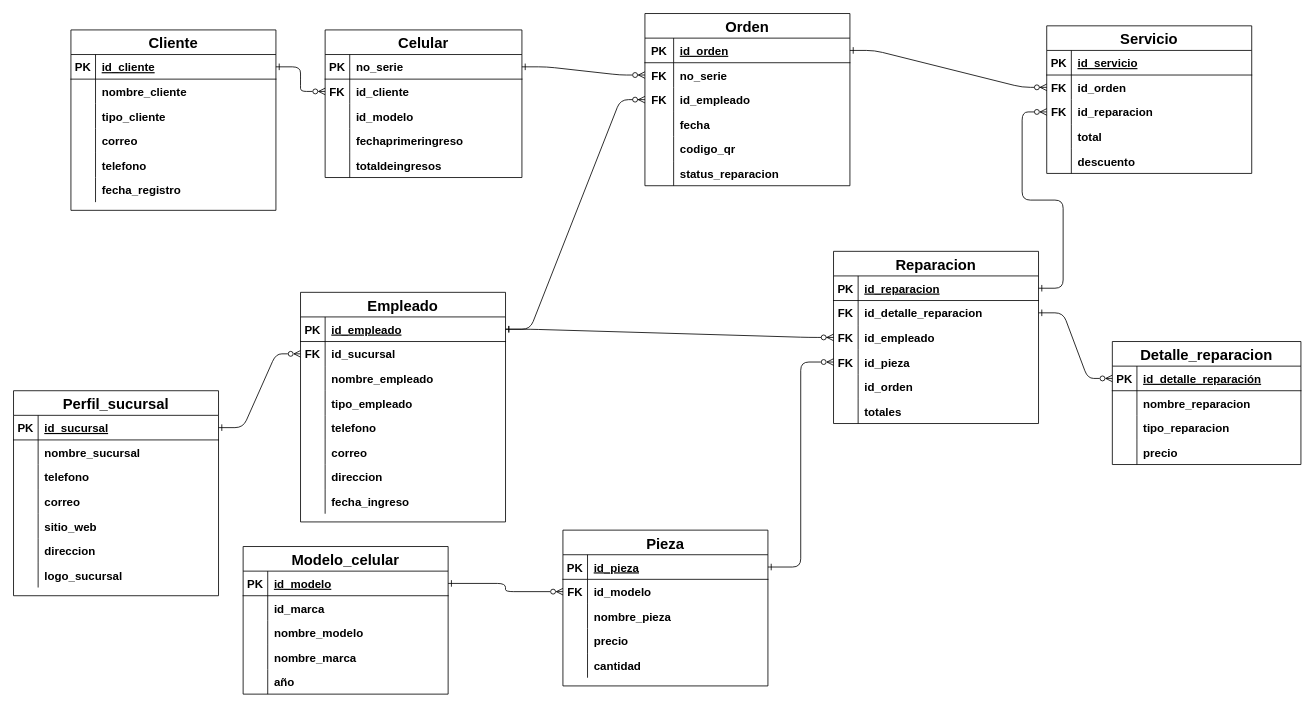
Earlier version of the draw.io diagram Borrador2Reparaciones.drawio (ViridianaSolis11/Base-de-datos-). Source tidied: cells renumbered, new cells numbered last; positions are measured from the earlier drawing's top-left corner, leaving out a move shared by most shapes. Both pictures are drawn from the tidied source at 82%, with x=0, y=0 at pixel (13, 13).
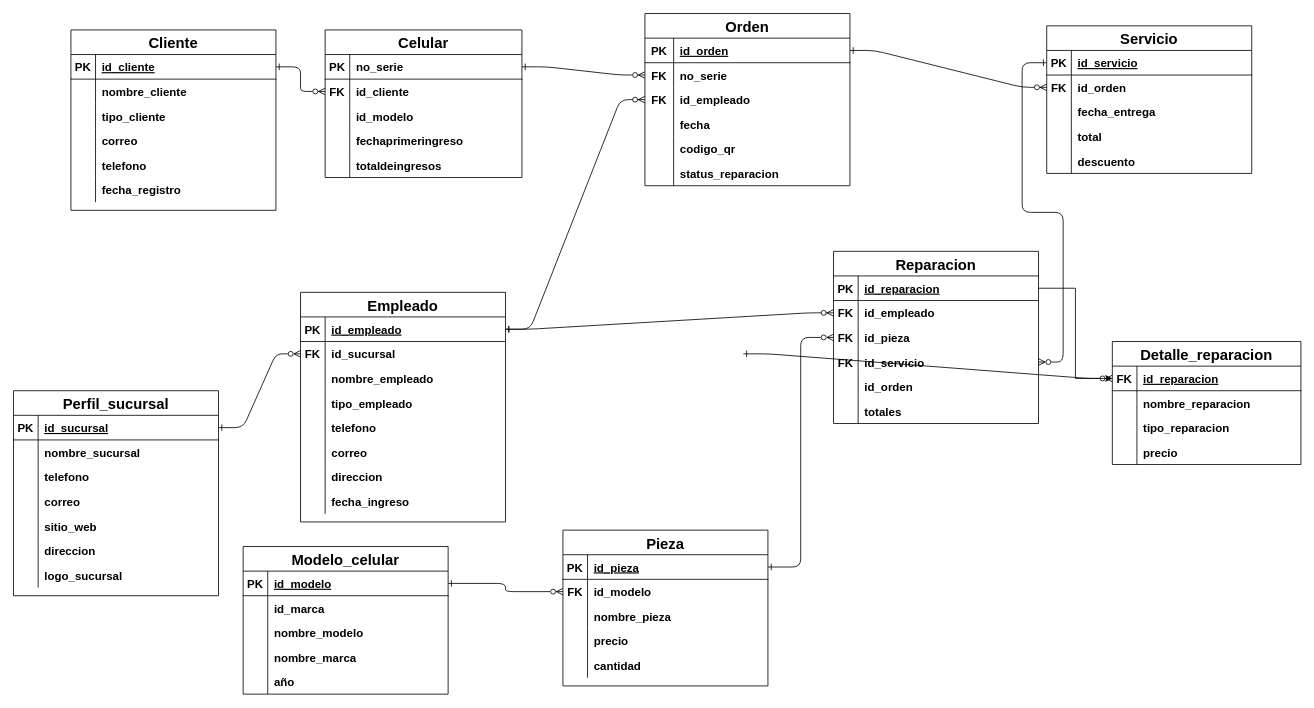
Above is the later version.

The change refers to these unchanged cells:
```xml
<mxCell id="63" value="Reparacion" style="shape=table;startSize=30;childLayout=tableLayout;rowLines=0;fontStyle=1;align=center;fontSize=18;" parent="1" vertex="1">
  <mxGeometry x="1000" y="290" width="250" height="210" as="geometry" />
</mxCell>
<mxCell id="64" style="shape=tableRow;horizontal=0;startSize=0;swimlaneHead=0;swimlaneBody=0;fillColor=none;points=[[0,0.5],[1,0.5]];portConstraint=eastwest;top=0;left=0;right=0;bottom=1;" parent="63" vertex="1">
  <mxGeometry y="30" width="250" height="30" as="geometry" />
</mxCell>
<mxCell id="140" style="shape=tableRow;horizontal=0;startSize=0;swimlaneHead=0;swimlaneBody=0;fillColor=none;points=[[0,0.5],[1,0.5]];portConstraint=eastwest;top=0;left=0;right=0;bottom=1;" parent="139" vertex="1">
  <mxGeometry y="30" width="250" height="30" as="geometry" />
</mxCell>
<mxCell id="146" style="shape=tableRow;horizontal=0;startSize=0;swimlaneHead=0;swimlaneBody=0;fillColor=none;points=[[0,0.5],[1,0.5]];portConstraint=eastwest;top=0;left=0;right=0;bottom=0;" parent="139" vertex="1">
  <mxGeometry y="90" width="250" height="30" as="geometry" />
</mxCell>
<mxCell id="156" style="shape=tableRow;horizontal=0;startSize=0;swimlaneHead=0;swimlaneBody=0;fillColor=none;points=[[0,0.5],[1,0.5]];portConstraint=eastwest;top=0;left=0;right=0;bottom=1;" parent="155" vertex="1">
  <mxGeometry y="30" width="230" height="30" as="geometry" />
</mxCell>
```

The edit, as a diff of the source:
```diff
@@
-    <mxCell id="67" style="shape=tableRow;horizontal=0;startSize=0;swimlaneHead=0;swimlaneBody=0;fillColor=none;points=[[0,0.5],[1,0.5]];portConstraint=eastwest;top=0;left=0;right=0;bottom=0;" parent="63" vertex="1">
-      <mxGeometry y="60" width="250" height="30" as="geometry" />
-    </mxCell>
-    <mxCell id="68" value="FK" style="shape=partialRectangle;fillColor=none;top=0;left=0;bottom=0;right=0;overflow=hidden;fontSize=14;fontStyle=1;" parent="67" vertex="1">
-      <mxGeometry width="30" height="30" as="geometry" />
-    </mxCell>
-    <mxCell id="69" value="id_detalle_reparacion" style="shape=partialRectangle;fillColor=none;top=0;left=0;bottom=0;right=0;align=left;spacingLeft=6;overflow=hidden;fontSize=14;fontStyle=1;" parent="67" vertex="1">
-      <mxGeometry x="30" width="220" height="30" as="geometry" />
-    </mxCell>
     <mxCell id="70" style="shape=tableRow;horizontal=0;startSize=0;swimlaneHead=0;swimlaneBody=0;fillColor=none;points=[[0,0.5],[1,0.5]];portConstraint=eastwest;top=0;left=0;right=0;bottom=0;" parent="63" vertex="1">
-      <mxGeometry y="90" width="250" height="30" as="geometry" />
+      <mxGeometry y="60" width="250" height="30" as="geometry" />
     </mxCell>
@@
     <mxCell id="73" style="shape=tableRow;horizontal=0;startSize=0;swimlaneHead=0;swimlaneBody=0;fillColor=none;points=[[0,0.5],[1,0.5]];portConstraint=eastwest;top=0;left=0;right=0;bottom=0;" parent="63" vertex="1">
-      <mxGeometry y="120" width="250" height="30" as="geometry" />
+      <mxGeometry y="90" width="250" height="30" as="geometry" />
     </mxCell>
@@
+    <mxCell id="194" style="shape=tableRow;horizontal=0;startSize=0;swimlaneHead=0;swimlaneBody=0;fillColor=none;points=[[0,0.5],[1,0.5]];portConstraint=eastwest;top=0;left=0;right=0;bottom=0;" parent="63" vertex="1">
+      <mxGeometry y="120" width="250" height="30" as="geometry" />
+    </mxCell>
+    <mxCell id="68" value="FK" style="shape=partialRectangle;fillColor=none;top=0;left=0;bottom=0;right=0;overflow=hidden;fontSize=14;fontStyle=1;" parent="194" vertex="1">
+      <mxGeometry width="30" height="30" as="geometry" />
+    </mxCell>
+    <mxCell id="195" value="id_servicio" style="shape=partialRectangle;fillColor=none;top=0;left=0;bottom=0;right=0;align=left;spacingLeft=6;overflow=hidden;fontSize=14;fontStyle=1;" parent="194" vertex="1">
+      <mxGeometry x="30" width="220" height="30" as="geometry" />
+    </mxCell>
@@
-    <mxCell id="147" value="FK" style="shape=partialRectangle;fillColor=none;top=0;left=0;bottom=0;right=0;overflow=hidden;fontStyle=1;fontSize=14;" parent="146" vertex="1">
+    <mxCell id="147" style="shape=partialRectangle;fillColor=none;top=0;left=0;bottom=0;right=0;overflow=hidden;fontStyle=1;fontSize=14;" parent="146" vertex="1">
       <mxGeometry width="30" height="30" as="geometry" />
     </mxCell>
-    <mxCell id="148" value="id_reparacion" style="shape=partialRectangle;fillColor=none;top=0;left=0;bottom=0;right=0;align=left;spacingLeft=6;overflow=hidden;fontSize=14;fontStyle=1;" parent="146" vertex="1">
+    <mxCell id="148" value="fecha_entrega" style="shape=partialRectangle;fillColor=none;top=0;left=0;bottom=0;right=0;align=left;spacingLeft=6;overflow=hidden;fontSize=14;fontStyle=1;" parent="146" vertex="1">
       <mxGeometry x="30" width="220" height="30" as="geometry" />
     </mxCell>
@@
-    <mxCell id="157" value="PK" style="shape=partialRectangle;fillColor=none;top=0;left=0;bottom=0;right=0;fontStyle=1;overflow=hidden;fontSize=14;" parent="156" vertex="1">
+    <mxCell id="157" value="FK" style="shape=partialRectangle;fillColor=none;top=0;left=0;bottom=0;right=0;fontStyle=1;overflow=hidden;fontSize=14;" parent="156" vertex="1">
       <mxGeometry width="30" height="30" as="geometry" />
     </mxCell>
-    <mxCell id="158" value="id_detalle_reparación" style="shape=partialRectangle;fillColor=none;top=0;left=0;bottom=0;right=0;align=left;spacingLeft=6;fontStyle=5;overflow=hidden;fontSize=14;" parent="156" vertex="1">
+    <mxCell id="158" value="id_reparacion" style="shape=partialRectangle;fillColor=none;top=0;left=0;bottom=0;right=0;align=left;spacingLeft=6;fontStyle=5;overflow=hidden;fontSize=14;" parent="156" vertex="1">
       <mxGeometry x="30" width="200" height="30" as="geometry" />
     </mxCell>
@@
-    <mxCell id="184" style="edgeStyle=entityRelationEdgeStyle;jettySize=auto;html=1;exitX=1;exitY=0.5;exitDx=0;exitDy=0;entryX=0;entryY=0.5;entryDx=0;entryDy=0;endArrow=ERzeroToMany;endFill=0;startArrow=ERone;startFill=0;rounded=1;" parent="1" edge="1" source="64" target="146">
-      <mxGeometry relative="1" as="geometry" />
-    </mxCell>
@@
-    <mxCell id="191" style="edgeStyle=entityRelationEdgeStyle;jettySize=auto;html=1;exitX=1;exitY=0.5;exitDx=0;exitDy=0;entryX=0;entryY=0.5;entryDx=0;entryDy=0;endArrow=ERzeroToMany;endFill=0;startArrow=ERone;startFill=0;rounded=1;" parent="1" edge="1" source="67" target="156">
-      <mxGeometry relative="1" as="geometry" />
+    <mxCell id="191" style="edgeStyle=entityRelationEdgeStyle;jettySize=auto;html=1;exitX=1;exitY=0.5;exitDx=0;exitDy=0;entryX=0;entryY=0.5;entryDx=0;entryDy=0;endArrow=ERzeroToMany;endFill=0;startArrow=ERone;startFill=0;rounded=1;" parent="1" edge="1" target="156">
+      <mxGeometry relative="1" as="geometry">
+        <mxPoint x="890" y="415" as="sourcePoint" />
+      </mxGeometry>
     </mxCell>
@@
+    <mxCell id="184" style="edgeStyle=entityRelationEdgeStyle;jettySize=auto;html=1;exitX=0;exitY=0.5;exitDx=0;exitDy=0;endArrow=ERzeroToMany;endFill=0;startArrow=ERone;startFill=0;rounded=1;" parent="1" edge="1" source="140" target="194">
+      <mxGeometry relative="1" as="geometry" />
+    </mxCell>
+    <mxCell id="196" style="edgeStyle=orthogonalEdgeStyle;rounded=0;jettySize=auto;html=1;exitX=1;exitY=0.5;exitDx=0;exitDy=0;entryX=0;entryY=0.5;entryDx=0;entryDy=0;" parent="1" edge="1" source="64" target="156">
+      <mxGeometry relative="1" as="geometry" />
+    </mxCell>
```
